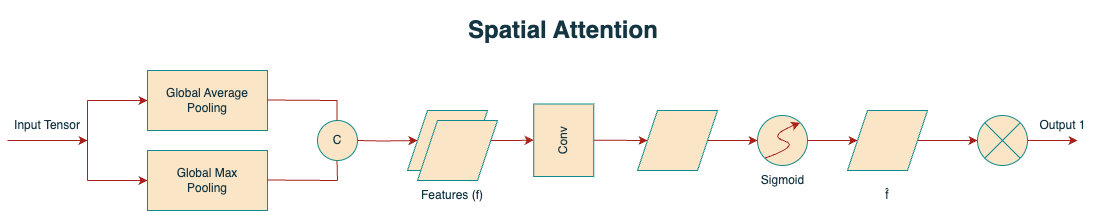
Before: Images/spatial-attention.png, a diagram exported from draw.io (ArnabKumarRoy02/Low-light-enhancement). Source tidied: cells renumbered, new cells last; positions are measured from the earlier drawing's top-left corner, leaving out a move shared by most shapes.
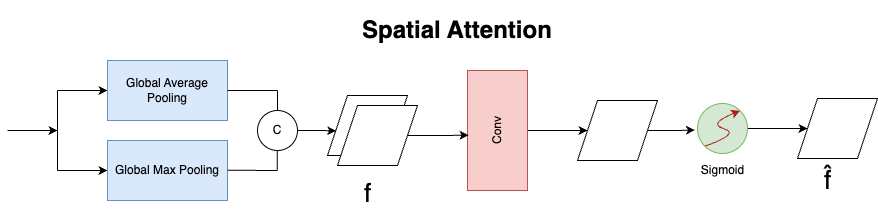
The same file after the commit.

Commit message:
model architecture added

What changed in the source:
```diff
@@ -1,147 +1,114 @@
-<mxGraphModel background="#FFFFFF">
+<mxGraphModel background="#ffffff">
   <root>
     <mxCell id="0" />
     <mxCell id="1" parent="0" />
-    <mxCell id="2" style="endArrow=classic;html=1;rounded=0;labelBackgroundColor=none;strokeColor=#A8201A;fontColor=default;" parent="1" edge="1">
-      <mxGeometry relative="1" as="geometry">
-        <mxPoint y="130" as="sourcePoint" />
-        <mxPoint x="80" y="130" as="targetPoint" />
-      </mxGeometry>
-    </mxCell>
-    <mxCell id="3" value="Input Tensor" style="text;html=1;strokeColor=none;fillColor=none;align=center;verticalAlign=middle;whiteSpace=wrap;rounded=0;labelBackgroundColor=none;fontColor=#143642;" parent="1" vertex="1">
-      <mxGeometry y="100" width="80" height="30" as="geometry" />
-    </mxCell>
-    <mxCell id="4" style="endArrow=none;html=1;rounded=0;labelBackgroundColor=none;strokeColor=#A8201A;fontColor=default;" parent="1" edge="1">
-      <mxGeometry relative="1" as="geometry">
-        <mxPoint x="80" y="170" as="sourcePoint" />
-        <mxPoint x="80" y="90" as="targetPoint" />
-      </mxGeometry>
-    </mxCell>
-    <mxCell id="5" style="endArrow=classic;html=1;rounded=0;labelBackgroundColor=none;strokeColor=#A8201A;fontColor=default;" parent="1" edge="1">
-      <mxGeometry relative="1" as="geometry">
-        <mxPoint x="80" y="90" as="sourcePoint" />
-        <mxPoint x="140" y="90" as="targetPoint" />
-      </mxGeometry>
-    </mxCell>
-    <mxCell id="6" style="endArrow=classic;html=1;rounded=0;labelBackgroundColor=none;strokeColor=#A8201A;fontColor=default;" parent="1" edge="1">
-      <mxGeometry relative="1" as="geometry">
-        <mxPoint x="80" y="170" as="sourcePoint" />
-        <mxPoint x="140" y="170" as="targetPoint" />
-      </mxGeometry>
-    </mxCell>
-    <mxCell id="7" style="rounded=0;whiteSpace=wrap;html=1;labelBackgroundColor=none;fillColor=#FAE5C7;strokeColor=#0F8B8D;fontColor=#143642;" parent="1" vertex="1">
-      <mxGeometry x="140" y="60" width="120" height="60" as="geometry" />
-    </mxCell>
-    <mxCell id="8" style="rounded=0;whiteSpace=wrap;html=1;labelBackgroundColor=none;fillColor=#FAE5C7;strokeColor=#0F8B8D;fontColor=#143642;" parent="1" vertex="1">
-      <mxGeometry x="140" y="140" width="120" height="60" as="geometry" />
-    </mxCell>
+    <mxCell id="38" style="endArrow=classic;html=1;rounded=0;" parent="1" edge="1">
+      <mxGeometry relative="1" as="geometry">
+        <mxPoint x="-10" y="90" as="sourcePoint" />
+        <mxPoint x="40" y="90" as="targetPoint" />
+      </mxGeometry>
+    </mxCell>
+    <mxCell id="39" style="endArrow=none;html=1;rounded=0;" parent="1" edge="1">
+      <mxGeometry relative="1" as="geometry">
+        <mxPoint x="40" y="130" as="sourcePoint" />
+        <mxPoint x="40" y="50" as="targetPoint" />
+      </mxGeometry>
+    </mxCell>
+    <mxCell id="40" style="endArrow=classic;html=1;rounded=0;" parent="1" edge="1">
+      <mxGeometry relative="1" as="geometry">
+        <mxPoint x="40" y="50" as="sourcePoint" />
+        <mxPoint x="90" y="50" as="targetPoint" />
+      </mxGeometry>
+    </mxCell>
+    <mxCell id="41" style="endArrow=classic;html=1;rounded=0;" parent="1" edge="1">
+      <mxGeometry relative="1" as="geometry">
+        <mxPoint x="40" y="130" as="sourcePoint" />
+        <mxPoint x="90" y="130" as="targetPoint" />
+      </mxGeometry>
+    </mxCell>
-    <mxCell id="9" value="Global Average Pooling" style="text;html=1;strokeColor=none;fillColor=none;align=center;verticalAlign=middle;whiteSpace=wrap;rounded=0;labelBackgroundColor=none;fontColor=#143642;" parent="1" vertex="1">
-      <mxGeometry x="150" y="75" width="100" height="30" as="geometry" />
+    <mxCell id="9" value="Global Average Pooling" style="rounded=0;whiteSpace=wrap;html=1;fillColor=#dae8fc;strokeColor=#6c8ebf;" parent="1" vertex="1">
+      <mxGeometry x="90" y="20" width="120" height="60" as="geometry" />
     </mxCell>
-    <mxCell id="10" value="Global Max Pooling" style="text;html=1;strokeColor=none;fillColor=none;align=center;verticalAlign=middle;whiteSpace=wrap;rounded=0;labelBackgroundColor=none;fontColor=#143642;" parent="1" vertex="1">
-      <mxGeometry x="150" y="155" width="100" height="30" as="geometry" />
+    <mxCell id="10" value="Global Max Pooling" style="rounded=0;whiteSpace=wrap;html=1;fillColor=#dae8fc;strokeColor=#6c8ebf;" parent="1" vertex="1">
+      <mxGeometry x="90" y="100" width="120" height="60" as="geometry" />
     </mxCell>
-    <mxCell id="11" style="ellipse;whiteSpace=wrap;html=1;labelBackgroundColor=none;fillColor=#FAE5C7;strokeColor=#0F8B8D;fontColor=#143642;" parent="1" vertex="1">
-      <mxGeometry x="310" y="110" width="40" height="40" as="geometry" />
-    </mxCell>
-    <mxCell id="12" style="edgeStyle=orthogonalEdgeStyle;rounded=0;jettySize=auto;html=1;labelBackgroundColor=none;strokeColor=#A8201A;fontColor=default;entryX=0;entryY=0.5;entryDx=0;entryDy=0;" parent="1" edge="1" target="19">
-      <mxGeometry relative="1" as="geometry">
-        <mxPoint x="350" y="130" as="sourcePoint" />
-      </mxGeometry>
-    </mxCell>
+    <mxCell id="42" style="endArrow=none;html=1;rounded=0;exitX=1;exitY=0.5;exitDx=0;exitDy=0;" parent="1" edge="1" source="9">
+      <mxGeometry relative="1" as="geometry">
+        <mxPoint x="260" y="50" as="targetPoint" />
+      </mxGeometry>
+    </mxCell>
+    <mxCell id="43" style="endArrow=none;html=1;rounded=0;exitX=1;exitY=0.5;exitDx=0;exitDy=0;" parent="1" edge="1">
+      <mxGeometry relative="1" as="geometry">
+        <mxPoint x="210" y="129.7" as="sourcePoint" />
+        <mxPoint x="260" y="130" as="targetPoint" />
+      </mxGeometry>
+    </mxCell>
-    <mxCell id="13" value="C" style="text;html=1;strokeColor=none;fillColor=none;align=center;verticalAlign=middle;whiteSpace=wrap;rounded=0;labelBackgroundColor=none;fontColor=#143642;" parent="1" vertex="1">
-      <mxGeometry x="300" y="115" width="60" height="30" as="geometry" />
+    <mxCell id="13" value="C" style="ellipse;whiteSpace=wrap;html=1;" parent="1" vertex="1">
+      <mxGeometry x="240" y="70" width="40" height="40" as="geometry" />
     </mxCell>
-    <mxCell id="14" style="endArrow=none;html=1;rounded=0;labelBackgroundColor=none;strokeColor=#A8201A;fontColor=default;" parent="1" edge="1">
-      <mxGeometry relative="1" as="geometry">
-        <mxPoint x="260" y="89.5" as="sourcePoint" />
-        <mxPoint x="330" y="90" as="targetPoint" />
-      </mxGeometry>
-    </mxCell>
-    <mxCell id="15" style="endArrow=none;html=1;rounded=0;labelBackgroundColor=none;strokeColor=#A8201A;fontColor=default;" parent="1" edge="1">
-      <mxGeometry relative="1" as="geometry">
-        <mxPoint x="260" y="169.5" as="sourcePoint" />
-        <mxPoint x="330" y="170" as="targetPoint" />
-      </mxGeometry>
-    </mxCell>
-    <mxCell id="16" style="endArrow=none;html=1;rounded=0;labelBackgroundColor=none;strokeColor=#A8201A;fontColor=default;" parent="1" edge="1">
-      <mxGeometry relative="1" as="geometry">
-        <mxPoint x="329.5" y="110" as="sourcePoint" />
-        <mxPoint x="329.5" y="90" as="targetPoint" />
-      </mxGeometry>
-    </mxCell>
-    <mxCell id="17" style="endArrow=none;html=1;rounded=0;labelBackgroundColor=none;strokeColor=#A8201A;fontColor=default;" parent="1" edge="1">
-      <mxGeometry relative="1" as="geometry">
-        <mxPoint x="329.5" y="150" as="sourcePoint" />
-        <mxPoint x="330" y="170" as="targetPoint" />
-      </mxGeometry>
-    </mxCell>
-    <mxCell id="18" style="edgeStyle=orthogonalEdgeStyle;rounded=0;jettySize=auto;html=1;entryX=0.5;entryY=1;entryDx=0;entryDy=0;labelBackgroundColor=none;strokeColor=#A8201A;fontColor=default;" parent="1" edge="1" source="19" target="23">
-      <mxGeometry relative="1" as="geometry" />
-    </mxCell>
-    <mxCell id="19" style="shape=parallelogram;perimeter=parallelogramPerimeter;whiteSpace=wrap;html=1;fixedSize=1;labelBackgroundColor=none;fillColor=#FAE5C7;strokeColor=#0F8B8D;fontColor=#143642;" parent="1" vertex="1">
-      <mxGeometry x="400" y="100" width="80" height="60" as="geometry" />
-    </mxCell>
-    <mxCell id="20" style="shape=parallelogram;perimeter=parallelogramPerimeter;whiteSpace=wrap;html=1;fixedSize=1;labelBackgroundColor=none;fillColor=#FAE5C7;strokeColor=#0F8B8D;fontColor=#143642;" parent="1" vertex="1">
-      <mxGeometry x="410" y="110" width="80" height="60" as="geometry" />
-    </mxCell>
-    <mxCell id="21" value="Features (f)" style="text;html=1;strokeColor=none;fillColor=none;align=center;verticalAlign=middle;whiteSpace=wrap;rounded=0;labelBackgroundColor=none;fontColor=#143642;" parent="1" vertex="1">
-      <mxGeometry x="410" y="170" width="70" height="30" as="geometry" />
-    </mxCell>
-    <mxCell id="22" style="edgeStyle=orthogonalEdgeStyle;rounded=0;jettySize=auto;html=1;entryX=0;entryY=0.5;entryDx=0;entryDy=0;labelBackgroundColor=none;strokeColor=#A8201A;fontColor=default;" parent="1" edge="1" source="23" target="30">
-      <mxGeometry relative="1" as="geometry" />
-    </mxCell>
-    <mxCell id="23" style="rounded=0;whiteSpace=wrap;html=1;rotation=90;labelBackgroundColor=none;fillColor=#FAE5C7;strokeColor=#0F8B8D;fontColor=#143642;" parent="1" vertex="1">
-      <mxGeometry x="520" y="99.8" width="72.5" height="60" as="geometry" />
-    </mxCell>
+    <mxCell id="44" style="endArrow=none;html=1;rounded=0;exitX=0.5;exitY=0;exitDx=0;exitDy=0;" parent="1" edge="1" source="13">
+      <mxGeometry relative="1" as="geometry">
+        <mxPoint x="260" y="50" as="targetPoint" />
+      </mxGeometry>
+    </mxCell>
+    <mxCell id="45" style="endArrow=none;html=1;rounded=0;exitX=0.5;exitY=0;exitDx=0;exitDy=0;" parent="1" edge="1">
+      <mxGeometry relative="1" as="geometry">
+        <mxPoint x="259.7" y="130" as="sourcePoint" />
+        <mxPoint x="259.7" y="110" as="targetPoint" />
+      </mxGeometry>
+    </mxCell>
+    <mxCell id="46" style="shape=parallelogram;perimeter=parallelogramPerimeter;whiteSpace=wrap;html=1;fixedSize=1;" parent="1" vertex="1">
+      <mxGeometry x="310" y="55" width="80" height="60" as="geometry" />
+    </mxCell>
+    <mxCell id="47" style="shape=parallelogram;perimeter=parallelogramPerimeter;whiteSpace=wrap;html=1;fixedSize=1;" parent="1" vertex="1">
+      <mxGeometry x="320" y="65" width="80" height="60" as="geometry" />
+    </mxCell>
+    <mxCell id="48" style="edgeStyle=orthogonalEdgeStyle;rounded=0;jettySize=auto;html=1;entryX=0.108;entryY=0.588;entryDx=0;entryDy=0;entryPerimeter=0;" parent="1" edge="1" source="13" target="46">
+      <mxGeometry relative="1" as="geometry" />
+    </mxCell>
+    <mxCell id="49" value="&lt;font style=&quot;font-size: 26px;&quot;&gt;f&lt;/font&gt;" style="text;html=1;align=center;verticalAlign=middle;strokeColor=none;fillColor=none;" parent="1" vertex="1">
+      <mxGeometry x="335" y="133" width="30" height="40" as="geometry" />
+    </mxCell>
+    <mxCell id="50" style="edgeStyle=orthogonalEdgeStyle;rounded=0;jettySize=auto;html=1;entryX=0;entryY=0.5;entryDx=0;entryDy=0;" parent="1" edge="1" source="24" target="53">
+      <mxGeometry relative="1" as="geometry" />
+    </mxCell>
-    <mxCell id="24" value="Conv" style="text;html=1;strokeColor=none;fillColor=none;align=center;verticalAlign=middle;whiteSpace=wrap;rounded=0;rotation=-90;labelBackgroundColor=none;fontColor=#143642;" parent="1" vertex="1">
-      <mxGeometry x="526.2" y="115" width="60" height="30" as="geometry" />
+    <mxCell id="24" value="Conv" style="rounded=0;whiteSpace=wrap;html=1;rotation=-90;fillColor=#f8cecc;strokeColor=#b85450;" parent="1" vertex="1">
+      <mxGeometry x="420" y="60" width="120" height="60" as="geometry" />
     </mxCell>
+    <mxCell id="51" style="edgeStyle=orthogonalEdgeStyle;rounded=0;jettySize=auto;html=1;entryX=0.461;entryY=0.017;entryDx=0;entryDy=0;entryPerimeter=0;" parent="1" edge="1" source="47" target="24">
+      <mxGeometry relative="1" as="geometry" />
+    </mxCell>
+    <mxCell id="52" style="edgeStyle=orthogonalEdgeStyle;rounded=0;jettySize=auto;html=1;entryX=-0.052;entryY=0.53;entryDx=0;entryDy=0;entryPerimeter=0;" parent="1" edge="1" source="53" target="55">
+      <mxGeometry relative="1" as="geometry" />
+    </mxCell>
+    <mxCell id="53" style="shape=parallelogram;perimeter=parallelogramPerimeter;whiteSpace=wrap;html=1;fixedSize=1;" parent="1" vertex="1">
+      <mxGeometry x="560" y="60" width="80" height="60" as="geometry" />
+    </mxCell>
+    <mxCell id="54" style="edgeStyle=orthogonalEdgeStyle;rounded=0;jettySize=auto;html=1;" parent="1" edge="1" source="55" target="57">
+      <mxGeometry relative="1" as="geometry" />
+    </mxCell>
+    <mxCell id="55" style="ellipse;whiteSpace=wrap;html=1;labelBackgroundColor=none;fillColor=#d5e8d4;strokeColor=#82b366;" parent="1" vertex="1">
+      <mxGeometry x="680" y="63" width="50" height="50" as="geometry" />
+    </mxCell>
+    <mxCell id="56" style="curved=1;endArrow=classic;html=1;rounded=0;entryX=1;entryY=0;entryDx=0;entryDy=0;exitX=0;exitY=1;exitDx=0;exitDy=0;labelBackgroundColor=none;strokeColor=#A8201A;fontColor=default;" parent="1" edge="1" source="55" target="55">
+      <mxGeometry relative="1" as="geometry">
+        <Array as="points">
+          <mxPoint x="723" y="93.2" />
+          <mxPoint x="690" y="83.2" />
+        </Array>
+      </mxGeometry>
+    </mxCell>
+    <mxCell id="36" value="Sigmoid" style="text;html=1;align=center;verticalAlign=middle;strokeColor=none;fillColor=none;" parent="1" vertex="1">
+      <mxGeometry x="670" y="115" width="70" height="30" as="geometry" />
+    </mxCell>
+    <mxCell id="57" style="shape=parallelogram;perimeter=parallelogramPerimeter;whiteSpace=wrap;html=1;fixedSize=1;" parent="1" vertex="1">
+      <mxGeometry x="780" y="58" width="80" height="60" as="geometry" />
+    </mxCell>
-    <mxCell id="25" value="f̂" style="text;html=1;strokeColor=none;fillColor=none;align=center;verticalAlign=middle;whiteSpace=wrap;rounded=0;labelBackgroundColor=none;fontColor=#143642;" parent="1" vertex="1">
-      <mxGeometry x="850" y="170" width="60" height="30" as="geometry" />
+    <mxCell id="25" value="&lt;font style=&quot;font-size: 26px;&quot;&gt;f̂&lt;/font&gt;" style="text;html=1;align=center;verticalAlign=middle;strokeColor=none;fillColor=none;" parent="1" vertex="1">
+      <mxGeometry x="795" y="120" width="30" height="40" as="geometry" />
     </mxCell>
-    <mxCell id="26" style="edgeStyle=orthogonalEdgeStyle;rounded=0;jettySize=auto;html=1;entryX=0;entryY=0.5;entryDx=0;entryDy=0;labelBackgroundColor=none;strokeColor=#A8201A;fontColor=default;" parent="1" edge="1" source="27" target="32">
-      <mxGeometry relative="1" as="geometry" />
-    </mxCell>
-    <mxCell id="27" style="ellipse;whiteSpace=wrap;html=1;labelBackgroundColor=none;fillColor=#FAE5C7;strokeColor=#0F8B8D;fontColor=#143642;" parent="1" vertex="1">
-      <mxGeometry x="750" y="105" width="50" height="50" as="geometry" />
-    </mxCell>
-    <mxCell id="28" style="curved=1;endArrow=classic;html=1;rounded=0;entryX=1;entryY=0;entryDx=0;entryDy=0;exitX=0;exitY=1;exitDx=0;exitDy=0;labelBackgroundColor=none;strokeColor=#A8201A;fontColor=default;" parent="1" edge="1" source="27" target="27">
-      <mxGeometry relative="1" as="geometry">
-        <Array as="points">
-          <mxPoint x="793" y="135.2" />
-          <mxPoint x="760" y="125.2" />
-        </Array>
-      </mxGeometry>
-    </mxCell>
-    <mxCell id="29" style="edgeStyle=orthogonalEdgeStyle;rounded=0;jettySize=auto;html=1;entryX=0;entryY=0.5;entryDx=0;entryDy=0;labelBackgroundColor=none;strokeColor=#A8201A;fontColor=default;" parent="1" edge="1" source="30" target="27">
-      <mxGeometry relative="1" as="geometry" />
-    </mxCell>
-    <mxCell id="30" style="shape=parallelogram;perimeter=parallelogramPerimeter;whiteSpace=wrap;html=1;fixedSize=1;labelBackgroundColor=none;fillColor=#FAE5C7;strokeColor=#0F8B8D;fontColor=#143642;" parent="1" vertex="1">
-      <mxGeometry x="630" y="100" width="80" height="60" as="geometry" />
-    </mxCell>
-    <mxCell id="31" style="edgeStyle=orthogonalEdgeStyle;rounded=0;jettySize=auto;html=1;entryX=0;entryY=0.5;entryDx=0;entryDy=0;labelBackgroundColor=none;strokeColor=#A8201A;fontColor=default;" parent="1" edge="1" source="32" target="34">
-      <mxGeometry relative="1" as="geometry" />
-    </mxCell>
-    <mxCell id="32" style="shape=parallelogram;perimeter=parallelogramPerimeter;whiteSpace=wrap;html=1;fixedSize=1;labelBackgroundColor=none;fillColor=#FAE5C7;strokeColor=#0F8B8D;fontColor=#143642;" parent="1" vertex="1">
-      <mxGeometry x="840" y="100" width="80" height="60" as="geometry" />
-    </mxCell>
-    <mxCell id="33" style="edgeStyle=orthogonalEdgeStyle;rounded=0;jettySize=auto;html=1;labelBackgroundColor=none;strokeColor=#A8201A;fontColor=default;" parent="1" edge="1" source="34">
-      <mxGeometry relative="1" as="geometry">
-        <mxPoint x="1070" y="130" as="targetPoint" />
-      </mxGeometry>
-    </mxCell>
-    <mxCell id="34" style="shape=sumEllipse;perimeter=ellipsePerimeter;whiteSpace=wrap;html=1;backgroundOutline=1;labelBackgroundColor=none;fillColor=#FAE5C7;strokeColor=#0F8B8D;fontColor=#143642;" parent="1" vertex="1">
-      <mxGeometry x="970" y="105" width="50" height="50" as="geometry" />
-    </mxCell>
-    <mxCell id="35" value="Output 1" style="text;html=1;align=center;verticalAlign=middle;strokeColor=none;fillColor=none;labelBackgroundColor=none;fontColor=#143642;" parent="1" vertex="1">
-      <mxGeometry x="1020" y="99.8" width="70" height="30" as="geometry" />
-    </mxCell>
-    <mxCell id="36" value="Sigmoid" style="text;html=1;align=center;verticalAlign=middle;strokeColor=none;fillColor=none;labelBackgroundColor=none;fontColor=#143642;" parent="1" vertex="1">
-      <mxGeometry x="740" y="155" width="70" height="30" as="geometry" />
-    </mxCell>
-    <mxCell id="37" value="&lt;h1&gt;Spatial Attention&lt;/h1&gt;" style="text;html=1;strokeColor=none;fillColor=none;spacing=5;spacingTop=-20;whiteSpace=wrap;overflow=hidden;rounded=0;labelBackgroundColor=none;fontColor=#143642;" parent="1" vertex="1">
-      <mxGeometry x="456.2" width="200" height="40" as="geometry" />
+    <mxCell id="37" value="&lt;h1&gt;Spatial Attention&lt;/h1&gt;" style="text;html=1;strokeColor=none;fillColor=none;spacing=5;spacingTop=-20;whiteSpace=wrap;overflow=hidden;rounded=0;" parent="1" vertex="1">
+      <mxGeometry x="340" y="-30" width="200" height="40" as="geometry" />
     </mxCell>
   </root>
 </mxGraphModel>
```
